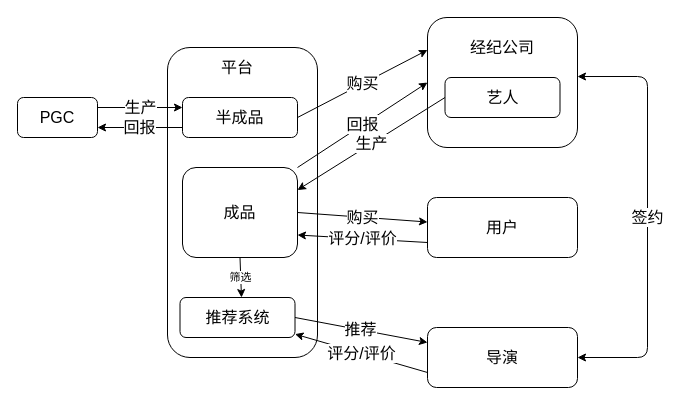
The draw.io diagram 互动文学一期.drawio in loc1129/uml, before the edit. Source tidied: cells renumbered, new cells numbered last; positions are measured from the earlier drawing's top-left corner, leaving out a move shared by most shapes. Both pictures are drawn from the tidied source at 100%, with x=0, y=0 at pixel (17, 17).
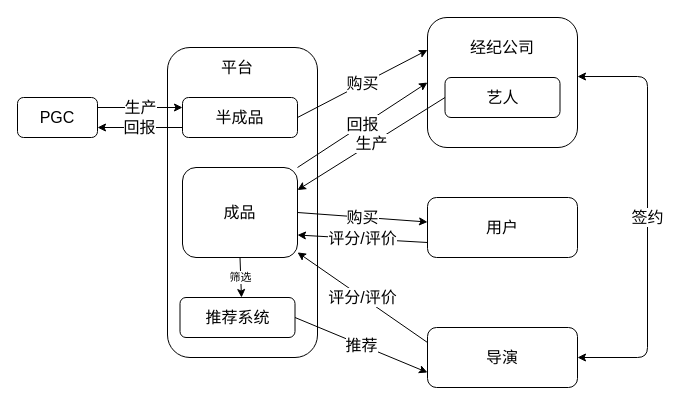
After the change.

Commit message:
更新互动文学一期.drawio

The change refers to these unchanged cells:
```xml
<mxCell id="6" value="&lt;font style=&quot;font-size: 16px&quot;&gt;成品&lt;/font&gt;" style="rounded=1;whiteSpace=wrap;html=1;" parent="1" vertex="1">
  <mxGeometry x="165" y="150" width="115" height="90" as="geometry" />
</mxCell>
<mxCell id="7" value="&lt;font style=&quot;font-size: 16px&quot;&gt;推荐系统&lt;/font&gt;" style="rounded=1;whiteSpace=wrap;html=1;" parent="1" vertex="1">
  <mxGeometry x="162.5" y="280" width="115" height="40" as="geometry" />
</mxCell>
<mxCell id="20" value="&lt;font style=&quot;font-size: 16px&quot;&gt;导演&lt;/font&gt;" style="rounded=1;whiteSpace=wrap;html=1;" parent="1" vertex="1">
  <mxGeometry x="410" y="310" width="150" height="60" as="geometry" />
</mxCell>
```

Diff of the diagram source:
```diff
@@
-    <mxCell id="21" value="&lt;font style=&quot;font-size: 16px&quot;&gt;推荐&lt;/font&gt;" style="endArrow=classic;html=1;exitX=1;exitY=0.5;exitDx=0;exitDy=0;entryX=0;entryY=0.25;entryDx=0;entryDy=0;" parent="1" edge="1" source="7" target="20">
+    <mxCell id="21" value="&lt;font style=&quot;font-size: 16px&quot;&gt;推荐&lt;/font&gt;" style="endArrow=classic;html=1;exitX=1;exitY=0.5;exitDx=0;exitDy=0;entryX=0;entryY=0.75;entryDx=0;entryDy=0;" parent="1" edge="1" source="7" target="20">
       <mxGeometry relative="1" as="geometry" />
     </mxCell>
-    <mxCell id="22" value="&lt;font style=&quot;font-size: 16px&quot;&gt;评分/评价&lt;/font&gt;" style="endArrow=classic;html=1;exitX=0;exitY=0.75;exitDx=0;exitDy=0;" parent="1" edge="1" source="20" target="7">
+    <mxCell id="22" value="&lt;font style=&quot;font-size: 16px&quot;&gt;评分/评价&lt;/font&gt;" style="endArrow=classic;html=1;exitX=0;exitY=0.25;exitDx=0;exitDy=0;" parent="1" edge="1" source="20" target="6">
       <mxGeometry relative="1" as="geometry" />
     </mxCell>
```
